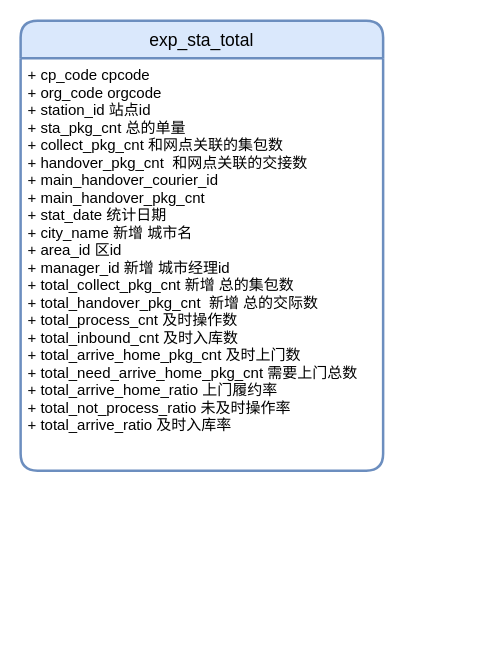
Before: 站点数据表.drawio in stevesgit/ReadingNotes, a draw.io diagram. Source tidied: cells renumbered, new cells numbered last; positions are measured from the earlier drawing's top-left corner, leaving out a move shared by most shapes. Both pictures are drawn from the tidied source at 125%, with x=0, y=0 at pixel (20, 20).
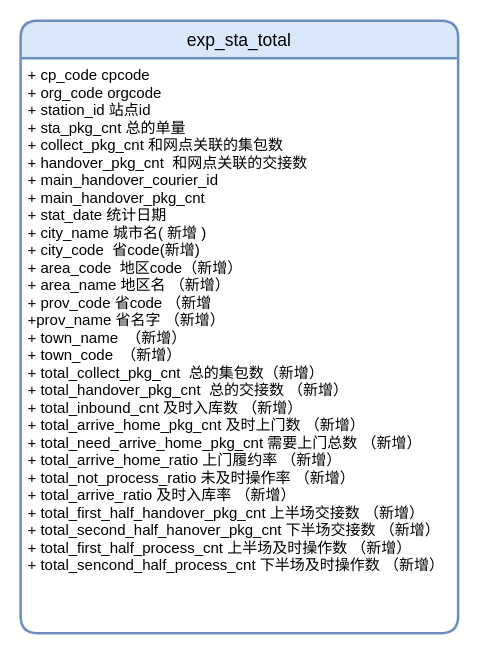
The same diagram, later.

Commit message:
Update 站点数据表.drawio

Change to the diagram source:
```diff
@@
 <mxGraphModel>
   <root>
     <mxCell id="0" />
     <mxCell id="1" parent="0" />
     <mxCell id="2" value="exp_sta_total" style="swimlane;horizontal=1;startSize=30;rounded=1;fontSize=14;fontStyle=0;strokeWidth=2;shadow=0;dashed=0;align=center;fillColor=#dae8fc;strokeColor=#6c8ebf;" parent="1" vertex="1">
-      <mxGeometry width="290" height="360" as="geometry" />
+      <mxGeometry width="350" height="490" as="geometry" />
     </mxCell>
-    <mxCell id="3" value="+ cp_code cpcode&#10;+ org_code orgcode&#10;+ station_id 站点id&#10;+ sta_pkg_cnt 总的单量&#10;+ collect_pkg_cnt 和网点关联的集包数&#10;+ handover_pkg_cnt  和网点关联的交接数&#10;+ main_handover_courier_id &#10;+ main_handover_pkg_cnt&#10;+ stat_date 统计日期&#10;+ city_name 新增 城市名&#10;+ area_id 区id&#10;+ manager_id 新增 城市经理id&#10;+ total_collect_pkg_cnt 新增 总的集包数&#10;+ total_handover_pkg_cnt  新增 总的交际数&#10;+ total_process_cnt 及时操作数&#10;+ total_inbound_cnt 及时入库数&#10;+ total_arrive_home_pkg_cnt 及时上门数&#10;+ total_need_arrive_home_pkg_cnt 需要上门总数&#10;+ total_arrive_home_ratio 上门履约率&#10;+ total_not_process_ratio 未及时操作率&#10;+ total_arrive_ratio 及时入库率&#10;" style="align=left;strokeColor=none;fillColor=none;spacingLeft=4;fontSize=12;verticalAlign=top;" parent="2" vertex="1">
-      <mxGeometry y="30" width="290" height="330" as="geometry" />
+    <mxCell id="3" value="+ cp_code cpcode&#10;+ org_code orgcode&#10;+ station_id 站点id&#10;+ sta_pkg_cnt 总的单量&#10;+ collect_pkg_cnt 和网点关联的集包数&#10;+ handover_pkg_cnt  和网点关联的交接数&#10;+ main_handover_courier_id &#10;+ main_handover_pkg_cnt&#10;+ stat_date 统计日期&#10;+ city_name 城市名( 新增 )&#10;+ city_code  省code(新增)&#10;+ area_code  地区code（新增）&#10;+ area_name 地区名 （新增）&#10;+ prov_code 省code （新增&#10;+prov_name 省名字 （新增）&#10;+ town_name  （新增）&#10;+ town_code  （新增）&#10;+ total_collect_pkg_cnt  总的集包数（新增）&#10;+ total_handover_pkg_cnt  总的交接数 （新增）&#10;+ total_inbound_cnt 及时入库数 （新增）&#10;+ total_arrive_home_pkg_cnt 及时上门数 （新增）&#10;+ total_need_arrive_home_pkg_cnt 需要上门总数 （新增）&#10;+ total_arrive_home_ratio 上门履约率 （新增）&#10;+ total_not_process_ratio 未及时操作率 （新增）&#10;+ total_arrive_ratio 及时入库率 （新增）&#10;+ total_first_half_handover_pkg_cnt 上半场交接数 （新增）&#10;+ total_second_half_hanover_pkg_cnt 下半场交接数 （新增）&#10;+ total_first_half_process_cnt 上半场及时操作数 （新增）&#10;+ total_sencond_half_process_cnt 下半场及时操作数 （新增）&#10;" style="align=left;strokeColor=none;fillColor=none;spacingLeft=4;fontSize=12;verticalAlign=top;" parent="2" vertex="1">
+      <mxGeometry y="30" width="350" height="460" as="geometry" />
     </mxCell>
   </root>
 </mxGraphModel>
```
